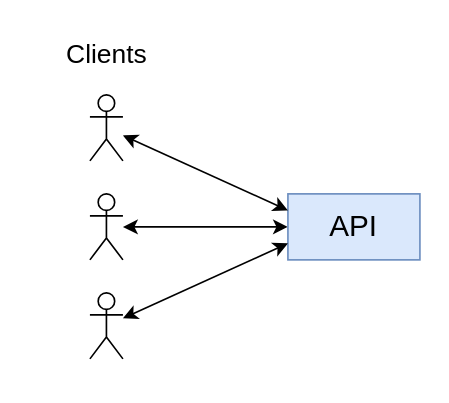
andre-j3sus/isel-leic-notes keeps this draw.io diagram as page "MultipleClients" (5 of 8) of 5th-semester/daw/docs/daw-diagrams.drawio. Above is the earlier version. Source tidied: cells renumbered, new cells numbered last; positions are measured from the earlier drawing's top-left corner, leaving out a move shared by most shapes. Both pictures are drawn from the tidied source at 165%, with x=0, y=0 at pixel (48, 28).
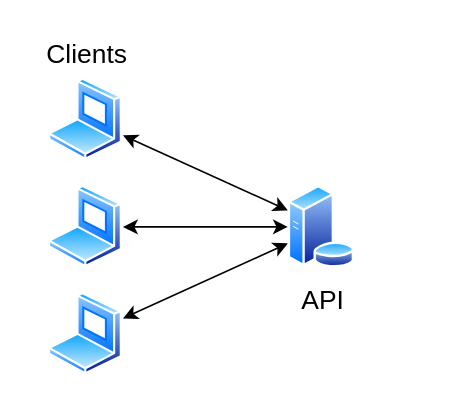
After the change.

The edit, as a diff of the source:
```diff
@@
 <mxGraphModel>
   <root>
     <mxCell id="0" />
     <mxCell id="1" parent="0" />
-    <mxCell id="2" style="edgeStyle=orthogonalEdgeStyle;rounded=0;jettySize=auto;html=1;entryX=0;entryY=0.5;entryDx=0;entryDy=0;startArrow=classic;startFill=1;" parent="1" edge="1" source="7" target="3">
-      <mxGeometry relative="1" as="geometry" />
+    <mxCell id="2" style="edgeStyle=orthogonalEdgeStyle;rounded=0;orthogonalLoop=1;jettySize=auto;html=1;entryX=0;entryY=0.5;entryDx=0;entryDy=0;startArrow=classic;startFill=1;" parent="1" edge="1">
+      <mxGeometry relative="1" as="geometry">
+        <mxPoint x="45" y="120" as="sourcePoint" />
+        <mxPoint x="145" y="120" as="targetPoint" />
+      </mxGeometry>
     </mxCell>
-    <mxCell id="3" value="API" style="rounded=0;whiteSpace=wrap;html=1;fontSize=18;fillColor=#dae8fc;strokeColor=#6c8ebf;" parent="1" vertex="1">
-      <mxGeometry x="145" y="100" width="80" height="40" as="geometry" />
-    </mxCell>
-    <mxCell id="4" style="rounded=0;jettySize=auto;html=1;entryX=0;entryY=0.25;entryDx=0;entryDy=0;startArrow=classic;startFill=1;" parent="1" edge="1" source="6" target="3">
-      <mxGeometry relative="1" as="geometry" />
+    <mxCell id="4" style="rounded=0;orthogonalLoop=1;jettySize=auto;html=1;entryX=0;entryY=0.25;entryDx=0;entryDy=0;startArrow=classic;startFill=1;" parent="1" edge="1">
+      <mxGeometry relative="1" as="geometry">
+        <mxPoint x="45" y="64.5" as="sourcePoint" />
+        <mxPoint x="145" y="110" as="targetPoint" />
+      </mxGeometry>
     </mxCell>
-    <mxCell id="5" style="rounded=0;jettySize=auto;html=1;entryX=0;entryY=0.75;entryDx=0;entryDy=0;startArrow=classic;startFill=1;" parent="1" edge="1" source="8" target="3">
-      <mxGeometry relative="1" as="geometry" />
+    <mxCell id="5" style="rounded=0;orthogonalLoop=1;jettySize=auto;html=1;entryX=0;entryY=0.75;entryDx=0;entryDy=0;startArrow=classic;startFill=1;" parent="1" edge="1">
+      <mxGeometry relative="1" as="geometry">
+        <mxPoint x="45" y="175.5" as="sourcePoint" />
+        <mxPoint x="145" y="130" as="targetPoint" />
+      </mxGeometry>
     </mxCell>
-    <mxCell id="6" style="shape=umlActor;verticalLabelPosition=bottom;verticalAlign=top;html=1;outlineConnect=0;" parent="1" vertex="1">
-      <mxGeometry x="25" y="40" width="20" height="40" as="geometry" />
-    </mxCell>
-    <mxCell id="7" style="shape=umlActor;verticalLabelPosition=bottom;verticalAlign=top;html=1;outlineConnect=0;" parent="1" vertex="1">
-      <mxGeometry x="25" y="100" width="20" height="40" as="geometry" />
-    </mxCell>
-    <mxCell id="8" style="shape=umlActor;verticalLabelPosition=bottom;verticalAlign=top;html=1;outlineConnect=0;" parent="1" vertex="1">
-      <mxGeometry x="25" y="160" width="20" height="40" as="geometry" />
-    </mxCell>
     <mxCell id="9" value="&lt;font style=&quot;font-size: 16px;&quot;&gt;Clients&lt;/font&gt;" style="text;html=1;align=center;verticalAlign=middle;strokeColor=none;fillColor=none;" parent="1" vertex="1">
-      <mxGeometry width="70" height="30" as="geometry" />
+      <mxGeometry x="-12.5" width="70" height="30" as="geometry" />
     </mxCell>
+    <mxCell id="10" style="perimeter=ellipsePerimeter;html=1;align=center;shadow=0;dashed=0;spacingTop=3;image;image=img/lib/active_directory/laptop_client.svg;labelBackgroundColor=none;fontSize=16;" parent="1" vertex="1">
+      <mxGeometry y="30" width="45" height="50" as="geometry" />
+    </mxCell>
+    <mxCell id="11" style="perimeter=ellipsePerimeter;html=1;align=center;shadow=0;dashed=0;spacingTop=3;image;image=img/lib/active_directory/laptop_client.svg;labelBackgroundColor=none;fontSize=16;" parent="1" vertex="1">
+      <mxGeometry y="95" width="45" height="50" as="geometry" />
+    </mxCell>
+    <mxCell id="12" style="perimeter=ellipsePerimeter;html=1;align=center;shadow=0;dashed=0;spacingTop=3;image;image=img/lib/active_directory/laptop_client.svg;labelBackgroundColor=none;fontSize=16;" parent="1" vertex="1">
+      <mxGeometry y="160" width="45" height="50" as="geometry" />
+    </mxCell>
+    <mxCell id="3" value="API" style="perimeter=ellipsePerimeter;html=1;align=center;shadow=0;dashed=0;spacingTop=3;image;image=img/lib/active_directory/database_server.svg;labelBackgroundColor=none;fontSize=16;" parent="1" vertex="1">
+      <mxGeometry x="145" y="95" width="41" height="50" as="geometry" />
+    </mxCell>
   </root>
 </mxGraphModel>
```
